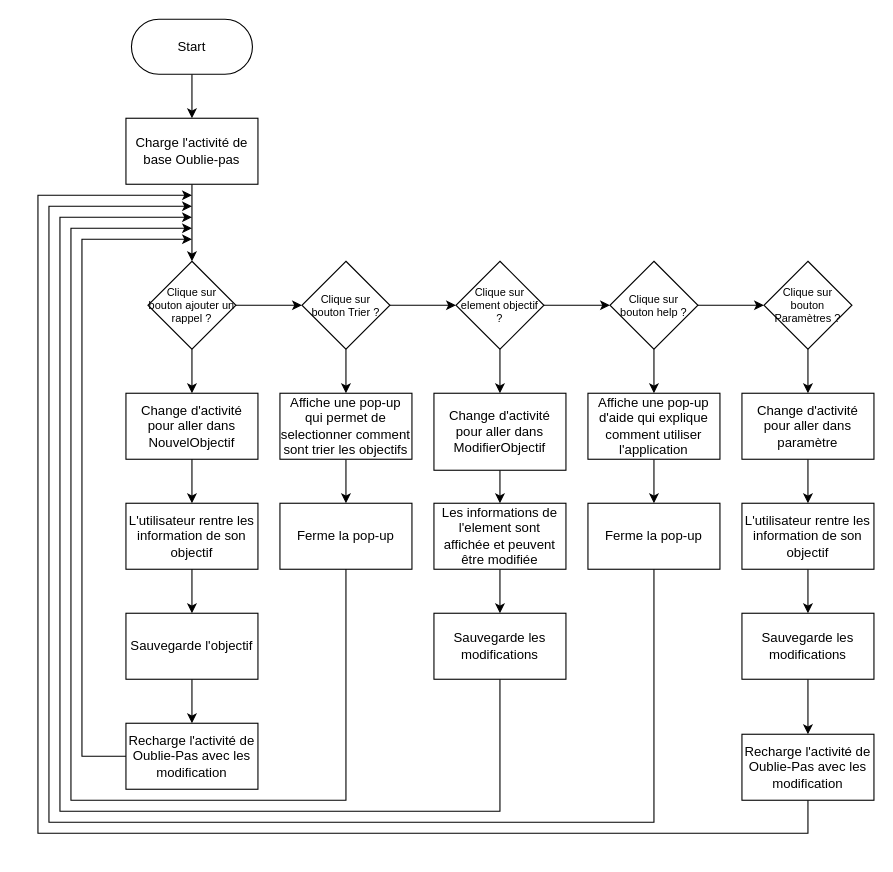
Earlier version of the draw.io diagram Documentation/Diagramme de flux.drawio (Bifmann/Oublie-pas). Source tidied: cells renumbered, new cells numbered last; positions are measured from the earlier drawing's top-left corner, leaving out a move shared by most shapes. Both pictures are drawn from the tidied source at 110%, with x=0, y=0 at pixel (37, 19).
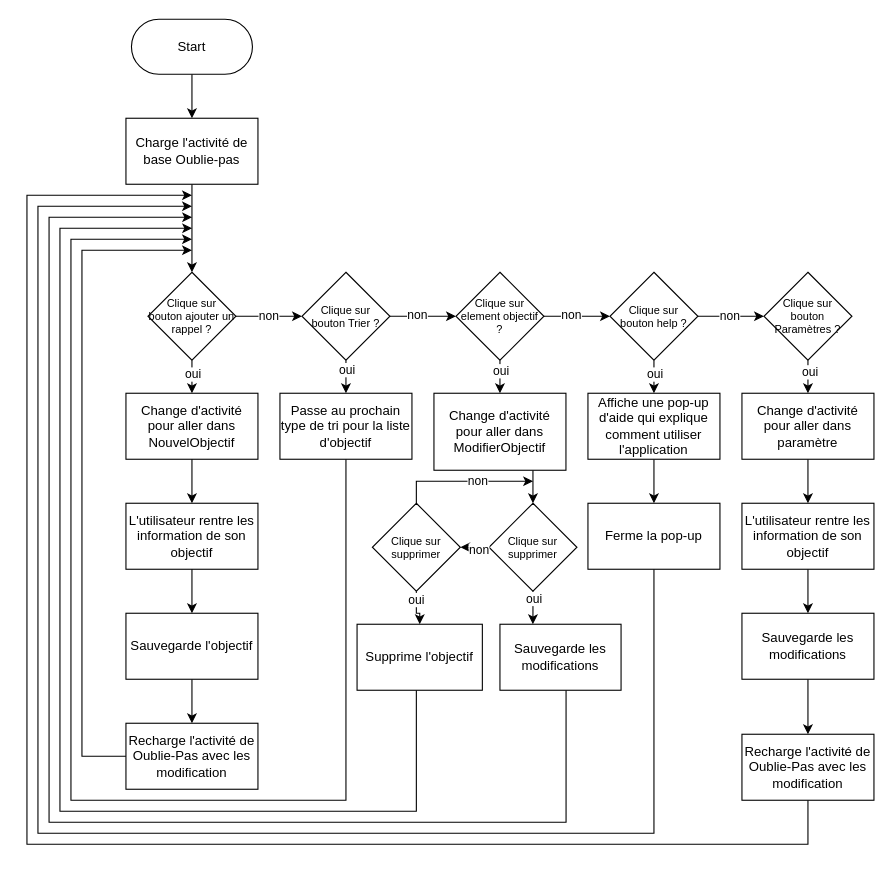
Above is the later version.

The change refers to these unchanged cells:
```xml
<mxCell id="5" style="edgeStyle=orthogonalEdgeStyle;rounded=0;jettySize=auto;html=1;" parent="1" edge="1" source="6" target="16">
  <mxGeometry relative="1" as="geometry" />
</mxCell>
<mxCell id="7" style="edgeStyle=orthogonalEdgeStyle;rounded=0;jettySize=auto;html=1;entryX=0;entryY=0.5;entryDx=0;entryDy=0;" parent="1" edge="1" source="9" target="12">
  <mxGeometry relative="1" as="geometry" />
</mxCell>
<mxCell id="8" style="edgeStyle=orthogonalEdgeStyle;rounded=0;jettySize=auto;html=1;entryX=0.5;entryY=0;entryDx=0;entryDy=0;" parent="1" edge="1" source="9" target="19">
  <mxGeometry relative="1" as="geometry" />
</mxCell>
<mxCell id="11" style="edgeStyle=orthogonalEdgeStyle;rounded=0;jettySize=auto;html=1;entryX=0.5;entryY=0;entryDx=0;entryDy=0;" parent="1" edge="1" source="12" target="22">
  <mxGeometry relative="1" as="geometry" />
</mxCell>
<mxCell id="13" style="edgeStyle=orthogonalEdgeStyle;rounded=0;jettySize=auto;html=1;entryX=0.5;entryY=0;entryDx=0;entryDy=0;" parent="1" edge="1" source="15" target="24">
  <mxGeometry relative="1" as="geometry" />
</mxCell>
<mxCell id="14" style="edgeStyle=orthogonalEdgeStyle;rounded=0;jettySize=auto;html=1;entryX=0;entryY=0.5;entryDx=0;entryDy=0;" parent="1" edge="1" source="15" target="36">
  <mxGeometry relative="1" as="geometry" />
</mxCell>
<mxCell id="22" value="Change d'activité pour aller dans ModifierObjectif" style="rounded=0;whiteSpace=wrap;html=1;" parent="1" vertex="1">
  <mxGeometry x="360" y="340" width="120" height="70" as="geometry" />
</mxCell>
<mxCell id="33" value="Recharge l'activité de Oublie-Pas avec les modification" style="rounded=0;whiteSpace=wrap;html=1;" parent="1" vertex="1">
  <mxGeometry x="80" y="640" width="120" height="60" as="geometry" />
</mxCell>
<mxCell id="35" style="edgeStyle=orthogonalEdgeStyle;rounded=0;jettySize=auto;html=1;entryX=0.5;entryY=0;entryDx=0;entryDy=0;" parent="1" edge="1" source="36" target="38">
  <mxGeometry relative="1" as="geometry" />
</mxCell>
<mxCell id="40" value="Ferme la pop-up" style="rounded=0;whiteSpace=wrap;html=1;" parent="1" vertex="1">
  <mxGeometry x="500" y="440" width="120" height="60" as="geometry" />
</mxCell>
<mxCell id="46" value="Recharge l'activité de Oublie-Pas avec les modification" style="rounded=0;whiteSpace=wrap;html=1;" parent="1" vertex="1">
  <mxGeometry x="640" y="650" width="120" height="60" as="geometry" />
</mxCell>
```

Change to the diagram source:
```diff
@@
-    <mxCell id="4" style="edgeStyle=orthogonalEdgeStyle;rounded=0;jettySize=auto;html=1;exitX=1;exitY=0.5;exitDx=0;exitDy=0;entryX=0;entryY=0.5;entryDx=0;entryDy=0;" parent="1" edge="1" source="6" target="9">
+    <mxCell id="4" value="non" style="edgeStyle=orthogonalEdgeStyle;rounded=0;jettySize=auto;html=1;exitX=1;exitY=0.5;exitDx=0;exitDy=0;entryX=0;entryY=0.5;entryDx=0;entryDy=0;" parent="1" edge="1" source="6" target="9">
       <mxGeometry relative="1" as="geometry" />
     </mxCell>
@@
+    <mxCell id="50" value="oui" style="edgeLabel;html=1;align=center;verticalAlign=middle;" parent="5" vertex="1">
+      <mxGeometry x="0.13" relative="1" as="geometry" />
+    </mxCell>
     <mxCell id="6" value="Clique sur bouton ajouter un rappel ?" style="rhombus;whiteSpace=wrap;html=1;fontSize=10;" parent="1" vertex="1">
-      <mxGeometry x="100" y="220" width="80" height="80" as="geometry" />
+      <mxGeometry x="100" y="230" width="80" height="80" as="geometry" />
     </mxCell>
@@
+    <mxCell id="51" value="non" style="edgeLabel;html=1;align=center;verticalAlign=middle;" parent="7" vertex="1">
+      <mxGeometry x="-0.19" y="2" relative="1" as="geometry" />
+    </mxCell>
@@
+    <mxCell id="52" value="oui" style="edgeLabel;html=1;align=center;verticalAlign=middle;" parent="8" vertex="1">
+      <mxGeometry x="-0.67" relative="1" as="geometry" />
+    </mxCell>
     <mxCell id="9" value="Clique sur bouton Trier ?" style="rhombus;whiteSpace=wrap;html=1;fontSize=10;" parent="1" vertex="1">
-      <mxGeometry x="240" y="220" width="80" height="80" as="geometry" />
+      <mxGeometry x="240" y="230" width="80" height="80" as="geometry" />
     </mxCell>
     <mxCell id="10" style="edgeStyle=orthogonalEdgeStyle;rounded=0;jettySize=auto;html=1;exitX=1;exitY=0.5;exitDx=0;exitDy=0;entryX=0;entryY=0.5;entryDx=0;entryDy=0;" parent="1" edge="1" source="12">
       <mxGeometry relative="1" as="geometry">
-        <mxPoint x="520" y="260" as="targetPoint" />
+        <mxPoint x="520" y="270" as="targetPoint" />
       </mxGeometry>
     </mxCell>
+    <mxCell id="53" value="non" style="edgeLabel;html=1;align=center;verticalAlign=middle;" parent="10" vertex="1">
+      <mxGeometry x="-0.2" y="2" relative="1" as="geometry" />
+    </mxCell>
@@
+    <mxCell id="54" value="oui" style="edgeLabel;html=1;align=center;verticalAlign=middle;" parent="11" vertex="1">
+      <mxGeometry x="-0.63" relative="1" as="geometry" />
+    </mxCell>
     <mxCell id="12" value="Clique sur element objectif ?" style="rhombus;whiteSpace=wrap;html=1;fontSize=10;spacingBottom=0;spacingLeft=0;" parent="1" vertex="1">
-      <mxGeometry x="380" y="220" width="80" height="80" as="geometry" />
+      <mxGeometry x="380" y="230" width="80" height="80" as="geometry" />
     </mxCell>
@@
+    <mxCell id="55" value="oui" style="edgeLabel;html=1;align=center;verticalAlign=middle;" parent="13" vertex="1">
+      <mxGeometry x="0.27" relative="1" as="geometry" />
+    </mxCell>
@@
+    <mxCell id="56" value="non" style="edgeLabel;html=1;align=center;verticalAlign=middle;" parent="14" vertex="1">
+      <mxGeometry x="-0.08" y="1" relative="1" as="geometry" />
+    </mxCell>
     <mxCell id="15" value="Clique sur bouton help ?" style="rhombus;whiteSpace=wrap;html=1;fontSize=10;" parent="1" vertex="1">
-      <mxGeometry x="520" y="220" width="80" height="80" as="geometry" />
+      <mxGeometry x="520" y="230" width="80" height="80" as="geometry" />
     </mxCell>
@@
-    <mxCell id="17" style="edgeStyle=orthogonalEdgeStyle;rounded=0;orthogonalLoop=1;jettySize=auto;html=1;" parent="1" edge="1">
-      <mxGeometry relative="1" as="geometry">
-        <mxPoint x="280" y="470" as="sourcePoint" />
-        <mxPoint x="140" y="190" as="targetPoint" />
-        <Array as="points">
-          <mxPoint x="280" y="710" />
-          <mxPoint x="30" y="710" />
-          <mxPoint x="30" y="190" />
-          <mxPoint x="140" y="190" />
-        </Array>
-      </mxGeometry>
-    </mxCell>
-    <mxCell id="18" style="edgeStyle=orthogonalEdgeStyle;rounded=0;jettySize=auto;html=1;entryX=0.5;entryY=0;entryDx=0;entryDy=0;" parent="1" edge="1" source="19" target="34">
-      <mxGeometry relative="1" as="geometry" />
+    <mxCell id="18" style="edgeStyle=orthogonalEdgeStyle;rounded=0;jettySize=auto;html=1;" parent="1" edge="1" source="19">
+      <mxGeometry relative="1" as="geometry">
+        <mxPoint x="140" y="200" as="targetPoint" />
+        <Array as="points">
+          <mxPoint x="280" y="710" />
+          <mxPoint x="30" y="710" />
+          <mxPoint x="30" y="200" />
+          <mxPoint x="140" y="200" />
+        </Array>
+      </mxGeometry>
     </mxCell>
-    <mxCell id="19" value="Affiche une pop-up&lt;br&gt;qui permet de selectionner comment sont trier les objectifs" style="rounded=0;whiteSpace=wrap;html=1;" parent="1" vertex="1">
+    <mxCell id="19" value="Passe au prochain type de tri pour la liste d'objectif" style="rounded=0;whiteSpace=wrap;html=1;" parent="1" vertex="1">
       <mxGeometry x="220" y="340" width="120" height="60" as="geometry" />
     </mxCell>
-    <mxCell id="20" style="edgeStyle=orthogonalEdgeStyle;rounded=0;jettySize=auto;html=1;exitX=0.5;exitY=1;exitDx=0;exitDy=0;" parent="1" edge="1" source="49">
-      <mxGeometry relative="1" as="geometry">
-        <mxPoint x="140" y="180" as="targetPoint" />
-        <Array as="points">
-          <mxPoint x="420" y="720" />
-          <mxPoint x="20" y="720" />
-          <mxPoint x="20" y="180" />
-        </Array>
-      </mxGeometry>
-    </mxCell>
-    <mxCell id="21" style="edgeStyle=orthogonalEdgeStyle;rounded=0;jettySize=auto;html=1;entryX=0.5;entryY=0;entryDx=0;entryDy=0;" parent="1" edge="1" source="22">
+    <mxCell id="21" style="edgeStyle=orthogonalEdgeStyle;rounded=0;jettySize=auto;html=1;entryX=0.5;entryY=0;entryDx=0;entryDy=0;" parent="1" edge="1" source="22" target="60">
       <mxGeometry relative="1" as="geometry">
-        <mxPoint x="420" y="440" as="targetPoint" />
+        <Array as="points">
+          <mxPoint x="450" y="430" />
+          <mxPoint x="450" y="430" />
+        </Array>
       </mxGeometry>
     </mxCell>
@@
     <mxCell id="32" style="edgeStyle=orthogonalEdgeStyle;rounded=0;jettySize=auto;html=1;" parent="1" edge="1" source="33">
       <mxGeometry relative="1" as="geometry">
-        <mxPoint x="140" y="200" as="targetPoint" />
+        <mxPoint x="140" y="210" as="targetPoint" />
         <Array as="points">
           <mxPoint x="40" y="670" />
-          <mxPoint x="40" y="200" />
-          <mxPoint x="140" y="200" />
+          <mxPoint x="40" y="210" />
+          <mxPoint x="140" y="210" />
         </Array>
       </mxGeometry>
     </mxCell>
@@
-    <mxCell id="34" value="Ferme la pop-up" style="rounded=0;whiteSpace=wrap;html=1;" parent="1" vertex="1">
-      <mxGeometry x="220" y="440" width="120" height="60" as="geometry" />
-    </mxCell>
@@
+    <mxCell id="57" value="oui" style="edgeLabel;html=1;align=center;verticalAlign=middle;" parent="35" vertex="1">
+      <mxGeometry x="0.2" y="1" relative="1" as="geometry" />
+    </mxCell>
     <mxCell id="36" value="Clique sur bouton Paramètres ?" style="rhombus;whiteSpace=wrap;html=1;fontSize=10;" parent="1" vertex="1">
-      <mxGeometry x="660" y="220" width="80" height="80" as="geometry" />
+      <mxGeometry x="660" y="230" width="80" height="80" as="geometry" />
     </mxCell>
@@
     <mxCell id="39" style="edgeStyle=orthogonalEdgeStyle;rounded=0;jettySize=auto;html=1;" parent="1" edge="1" source="40">
       <mxGeometry relative="1" as="geometry">
         <mxPoint x="140" y="170" as="targetPoint" />
         <Array as="points">
-          <mxPoint x="560" y="730" />
-          <mxPoint x="10" y="730" />
-          <mxPoint x="10" y="170" />
+          <mxPoint x="560" y="740" />
+          <mxPoint y="740" />
+          <mxPoint y="170" />
         </Array>
       </mxGeometry>
     </mxCell>
@@
     <mxCell id="45" style="edgeStyle=orthogonalEdgeStyle;rounded=0;jettySize=auto;html=1;" parent="1" edge="1" source="46">
       <mxGeometry relative="1" as="geometry">
         <mxPoint x="140" y="160" as="targetPoint" />
         <Array as="points">
-          <mxPoint x="700" y="740" />
-          <mxPoint y="740" />
-          <mxPoint y="160" />
+          <mxPoint x="700" y="750" />
+          <mxPoint x="-10" y="750" />
+          <mxPoint x="-10" y="160" />
         </Array>
       </mxGeometry>
     </mxCell>
@@
-    <mxCell id="47" style="edgeStyle=orthogonalEdgeStyle;rounded=0;jettySize=auto;html=1;" parent="1" edge="1" source="48" target="49">
-      <mxGeometry relative="1" as="geometry" />
-    </mxCell>
-    <mxCell id="48" value="Les informations de l'element sont affichée et peuvent être modifiée" style="rounded=0;whiteSpace=wrap;html=1;" parent="1" vertex="1">
-      <mxGeometry x="360" y="440" width="120" height="60" as="geometry" />
-    </mxCell>
+    <mxCell id="58" style="edgeStyle=orthogonalEdgeStyle;rounded=0;jettySize=auto;html=1;entryX=0.272;entryY=0;entryDx=0;entryDy=0;entryPerimeter=0;" parent="1" edge="1" source="60" target="49">
+      <mxGeometry relative="1" as="geometry" />
+    </mxCell>
+    <mxCell id="59" value="oui" style="edgeLabel;html=1;align=center;verticalAlign=middle;" parent="58" vertex="1">
+      <mxGeometry x="-0.63" relative="1" as="geometry" />
+    </mxCell>
+    <mxCell id="60" value="Clique sur supprimer" style="rhombus;whiteSpace=wrap;html=1;fontSize=10;spacingBottom=0;spacingLeft=0;" parent="1" vertex="1">
+      <mxGeometry x="410" y="440" width="80" height="80" as="geometry" />
+    </mxCell>
+    <mxCell id="61" style="edgeStyle=orthogonalEdgeStyle;rounded=0;jettySize=auto;html=1;" parent="1" edge="1" source="64" target="69">
+      <mxGeometry relative="1" as="geometry" />
+    </mxCell>
+    <mxCell id="62" value="oui" style="edgeLabel;html=1;align=center;verticalAlign=middle;" parent="61" vertex="1">
+      <mxGeometry x="-0.6" y="-1" relative="1" as="geometry" />
+    </mxCell>
+    <mxCell id="63" value="non" style="edgeStyle=orthogonalEdgeStyle;rounded=0;jettySize=auto;html=1;" parent="1" edge="1" source="64">
+      <mxGeometry x="0.21" relative="1" as="geometry">
+        <mxPoint x="450.1" y="420" as="targetPoint" />
+        <Array as="points">
+          <mxPoint x="344.1" y="420" />
+        </Array>
+      </mxGeometry>
+    </mxCell>
+    <mxCell id="64" value="Clique sur supprimer" style="rhombus;whiteSpace=wrap;html=1;fontSize=10;spacingBottom=0;spacingLeft=0;" parent="1" vertex="1">
+      <mxGeometry x="304" y="440" width="80" height="80" as="geometry" />
+    </mxCell>
+    <mxCell id="65" style="endArrow=classic;html=1;rounded=0;exitX=0;exitY=0.5;exitDx=0;exitDy=0;entryX=1;entryY=0.5;entryDx=0;entryDy=0;" parent="1" edge="1" source="60" target="64">
+      <mxGeometry relative="1" as="geometry" />
+    </mxCell>
+    <mxCell id="66" value="non" style="edgeLabel;html=1;align=center;verticalAlign=middle;" parent="65" vertex="1">
+      <mxGeometry x="-0.24" y="2" relative="1" as="geometry" />
+    </mxCell>
+    <mxCell id="67" style="edgeStyle=orthogonalEdgeStyle;rounded=0;jettySize=auto;html=1;" parent="1" edge="1" source="49">
+      <mxGeometry relative="1" as="geometry">
+        <mxPoint x="140.1" y="180" as="targetPoint" />
+        <Array as="points">
+          <mxPoint x="480.1" y="730" />
+          <mxPoint x="10.1" y="730" />
+          <mxPoint x="10.1" y="180" />
+        </Array>
+      </mxGeometry>
+    </mxCell>
     <mxCell id="49" value="Sauvegarde les modifications" style="rounded=0;whiteSpace=wrap;html=1;" parent="1" vertex="1">
-      <mxGeometry x="360" y="540" width="120" height="60" as="geometry" />
+      <mxGeometry x="420" y="550" width="110.1" height="60" as="geometry" />
     </mxCell>
+    <mxCell id="68" style="edgeStyle=orthogonalEdgeStyle;rounded=0;jettySize=auto;html=1;" parent="1" edge="1" source="69">
+      <mxGeometry relative="1" as="geometry">
+        <mxPoint x="140.1" y="190" as="targetPoint" />
+        <Array as="points">
+          <mxPoint x="344" y="720" />
+          <mxPoint x="20" y="720" />
+          <mxPoint x="20" y="190" />
+        </Array>
+      </mxGeometry>
+    </mxCell>
+    <mxCell id="69" value="Supprime l'objectif" style="rounded=0;whiteSpace=wrap;html=1;" parent="1" vertex="1">
+      <mxGeometry x="290.1" y="550" width="113.9" height="60" as="geometry" />
+    </mxCell>
```
